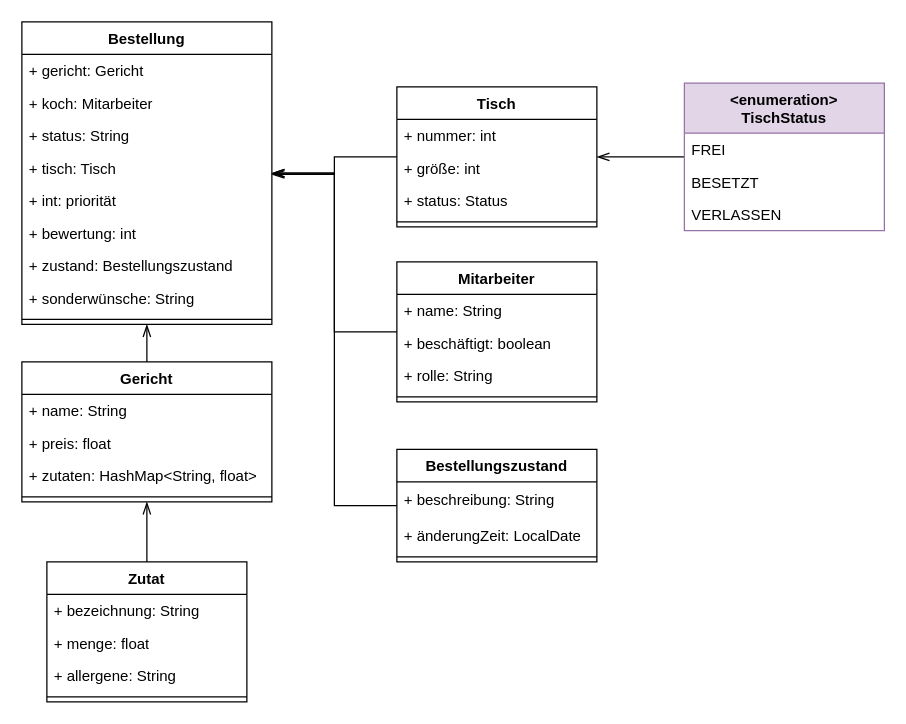
Earlier version of the draw.io diagram ClassDiagramm.drawio (AnonymeTheo/Project_Smart_Restaurant). Source tidied: cells renumbered, new cells numbered last; positions are measured from the earlier drawing's top-left corner, leaving out a move shared by most shapes. Both pictures are drawn from the tidied source at 125%, with x=0, y=0 at pixel (21, 21).
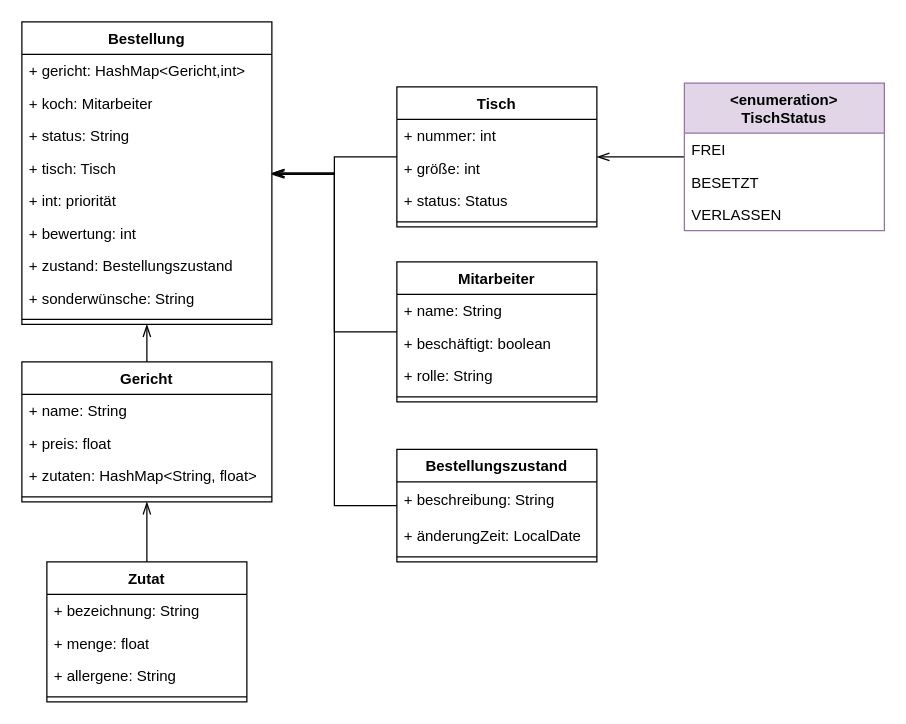
Above is the later version.

The change refers to these unchanged cells:
```xml
<mxCell id="26" value="Bestellung" style="swimlane;fontStyle=1;align=center;verticalAlign=top;horizontal=1;startSize=26;whiteSpace=wrap;html=1;" parent="1" vertex="1">
  <mxGeometry width="200" height="242" as="geometry" />
</mxCell>
```

The edit, as a diff of the source:
```diff
@@
-    <mxCell id="27" value="+ gericht: Gericht" style="text;strokeColor=none;fillColor=none;align=left;verticalAlign=top;spacingLeft=4;spacingRight=4;overflow=hidden;whiteSpace=wrap;html=1;" parent="26" vertex="1">
+    <mxCell id="27" value="+ gericht: HashMap&amp;lt;Gericht,int&amp;gt;" style="text;strokeColor=none;fillColor=none;align=left;verticalAlign=top;spacingLeft=4;spacingRight=4;overflow=hidden;whiteSpace=wrap;html=1;" parent="26" vertex="1">
       <mxGeometry y="26" width="200" height="26" as="geometry" />
     </mxCell>
```
